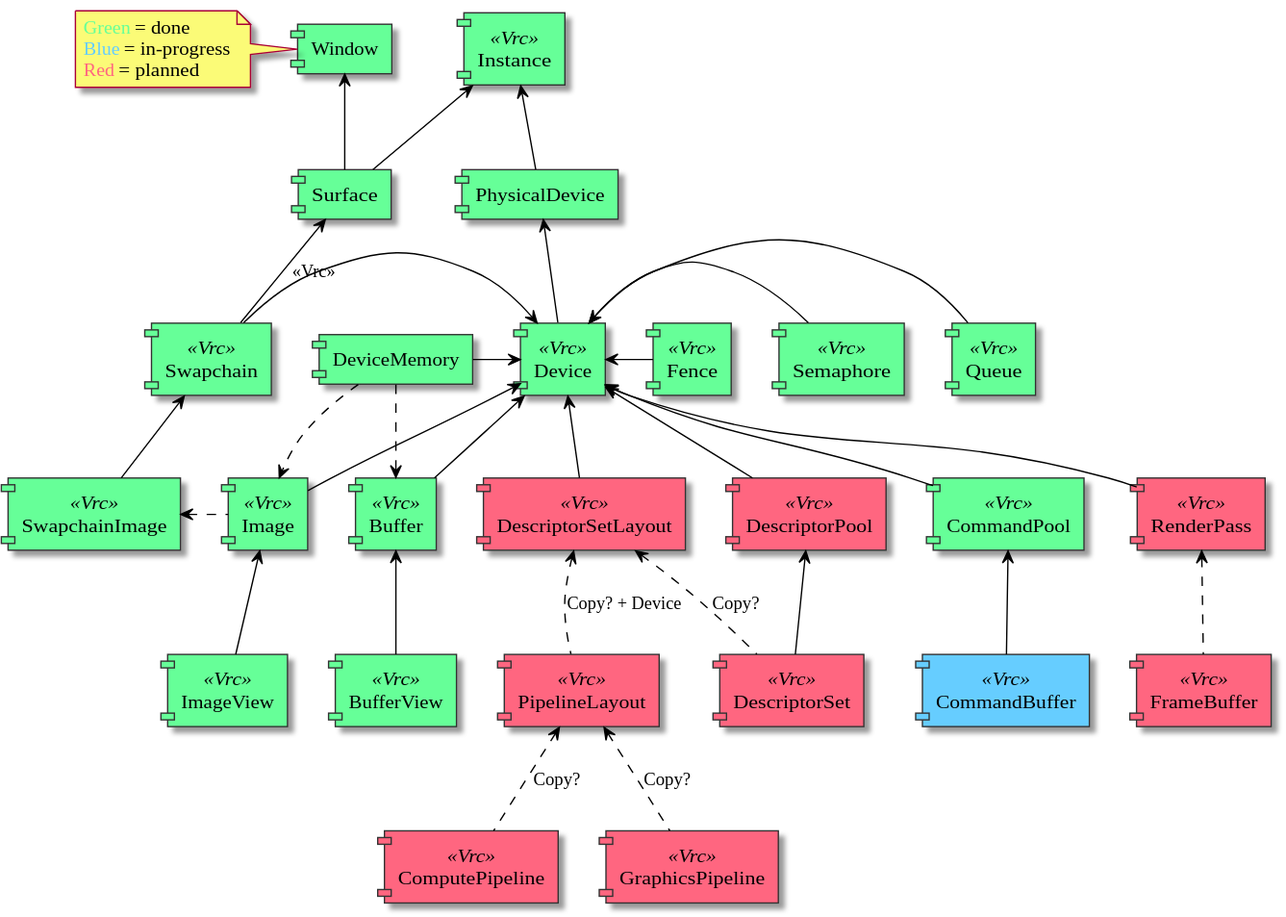
The PlantUML diagram assets/diagrams/object_dependency_graph.svg in vulkayes/vulkayes-thesis, before a commit. The source it was exported from:
```plantuml
@startuml object_dependency_graph

skinparam {
	defaultFontName Fira Sans

	ArrowColor #black
	ComponentBorderColor #333
	ComponentBorderThickness 1
}

note left of [Window]
	<color 66FF98>Green</color> = done
	<color 66CDFF>Blue</color> = in-progress
	<color FF6680>Red</color> = planned
end note

component [Instance] <<Vrc>> #66FF98
component [Window] #66FF98

component [PhysicalDevice] #66FF98
component [Surface] #66FF98

component [Device] <<Vrc>> #66FF98

component [Queue] <<Vrc>> #66FF98
component [Swapchain] <<Vrc>> #66FF98
component [SwapchainImage] <<Vrc>> #66FF98

component [DeviceMemory] #66FF98

component [Image] <<Vrc>> #66FF98
component [Buffer] <<Vrc>> #66FF98

component [ImageView] <<Vrc>> #66FF98
component [BufferView] <<Vrc>> #66FF98

component [CommandPool] <<Vrc>> #66FF98
component [CommandBuffer] <<Vrc>> #66CDFF

component [RenderPass] <<Vrc>> #FF6680
component [FrameBuffer] <<Vrc>> #FF6680
component [ComputePipeline] <<Vrc>> #FF6680
component [GraphicsPipeline] <<Vrc>> #FF6680

component [DescriptorSetLayout] <<Vrc>> #FF6680
component [PipelineLayout] <<Vrc>> #FF6680

component [DescriptorPool] <<Vrc>> #FF6680
component [DescriptorSet] <<Vrc>> #FF6680

component [Semaphore] <<Vrc>> #66FF98
component [Fence] <<Vrc>> #66FF98

[Instance] <-- [PhysicalDevice]
[Instance] <-- [Surface]

[Window] <-- [Surface]
[PhysicalDevice] <-- [Device]
[Surface] <-- [Swapchain] : <<Vrc>>

[Device] <- [Queue]
[Swapchain] -> [Device]
[DeviceMemory] -> [Device]
[Device] <-- [Image]
[Device] <-- [Buffer]
[Device] <-- [CommandPool]
[Device] <-- [RenderPass]
[Device] <-- [DescriptorSetLayout]
[Device] <-- [DescriptorPool]
[Device] <- [Semaphore]
[Device] <- [Fence]

[Swapchain] <-- [SwapchainImage]

[DeviceMemory] ..> [Image]
[DeviceMemory] ..> [Buffer]

[SwapchainImage] <. [Image]
[Image] <-- [ImageView]
[Buffer] <-- [BufferView]

[CommandPool] <-- [CommandBuffer]

[RenderPass] <.. [FrameBuffer]
[DescriptorSetLayout] <.. [DescriptorSet] : Copy?
[DescriptorSetLayout] <.. [PipelineLayout] : Copy? + Device
[PipelineLayout] <.. [ComputePipeline] : Copy?
[PipelineLayout] <.. [GraphicsPipeline] : Copy?
[DescriptorPool] <-- [DescriptorSet]

@enduml
```
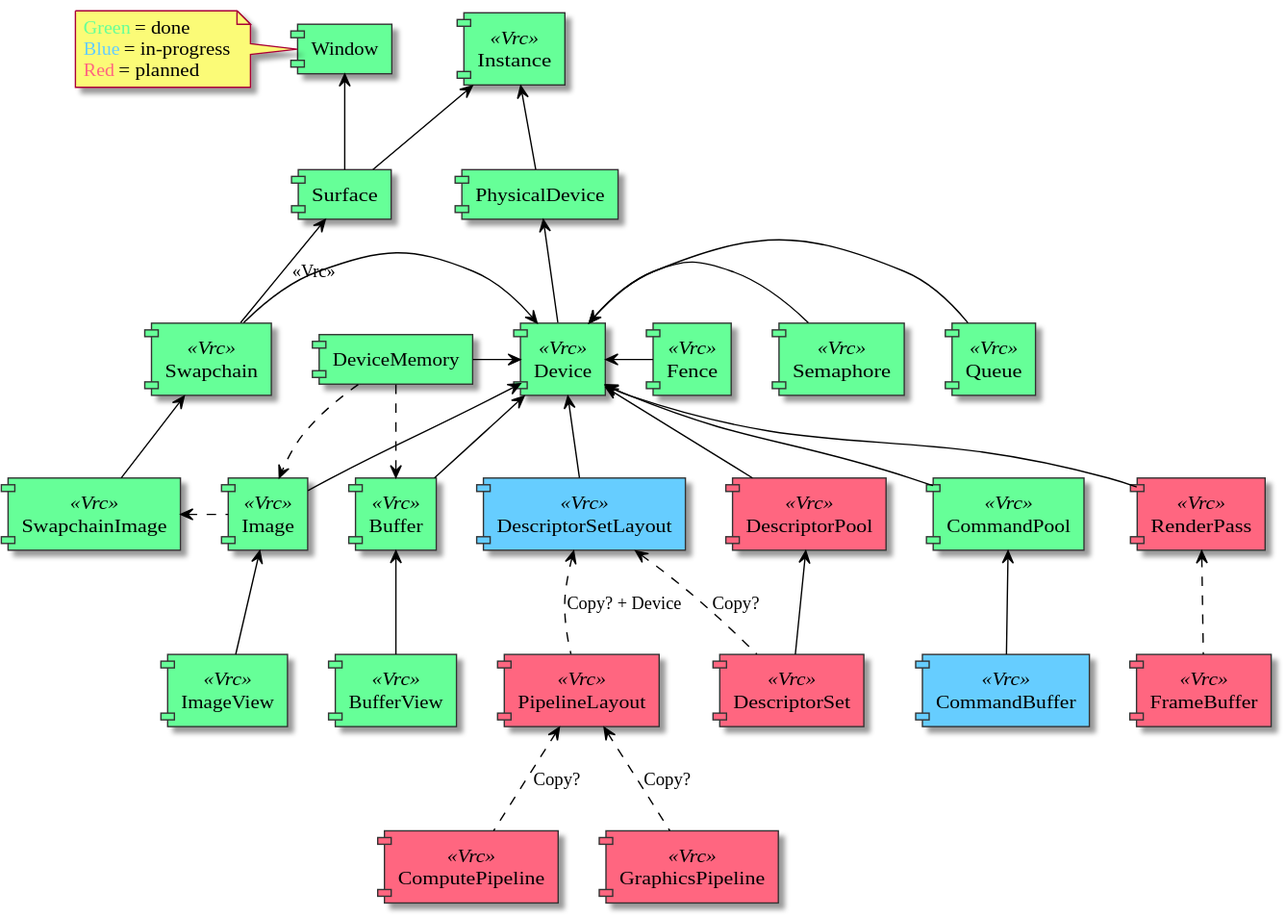
The same file after the commit.

Change to the diagram source:
```diff
@@ -42,7 +42,7 @@
 component [ComputePipeline] <<Vrc>> #FF6680
 component [GraphicsPipeline] <<Vrc>> #FF6680
 
-component [DescriptorSetLayout] <<Vrc>> #FF6680
+component [DescriptorSetLayout] <<Vrc>> #66CDFF
 component [PipelineLayout] <<Vrc>> #FF6680
 
 component [DescriptorPool] <<Vrc>> #FF6680
```
